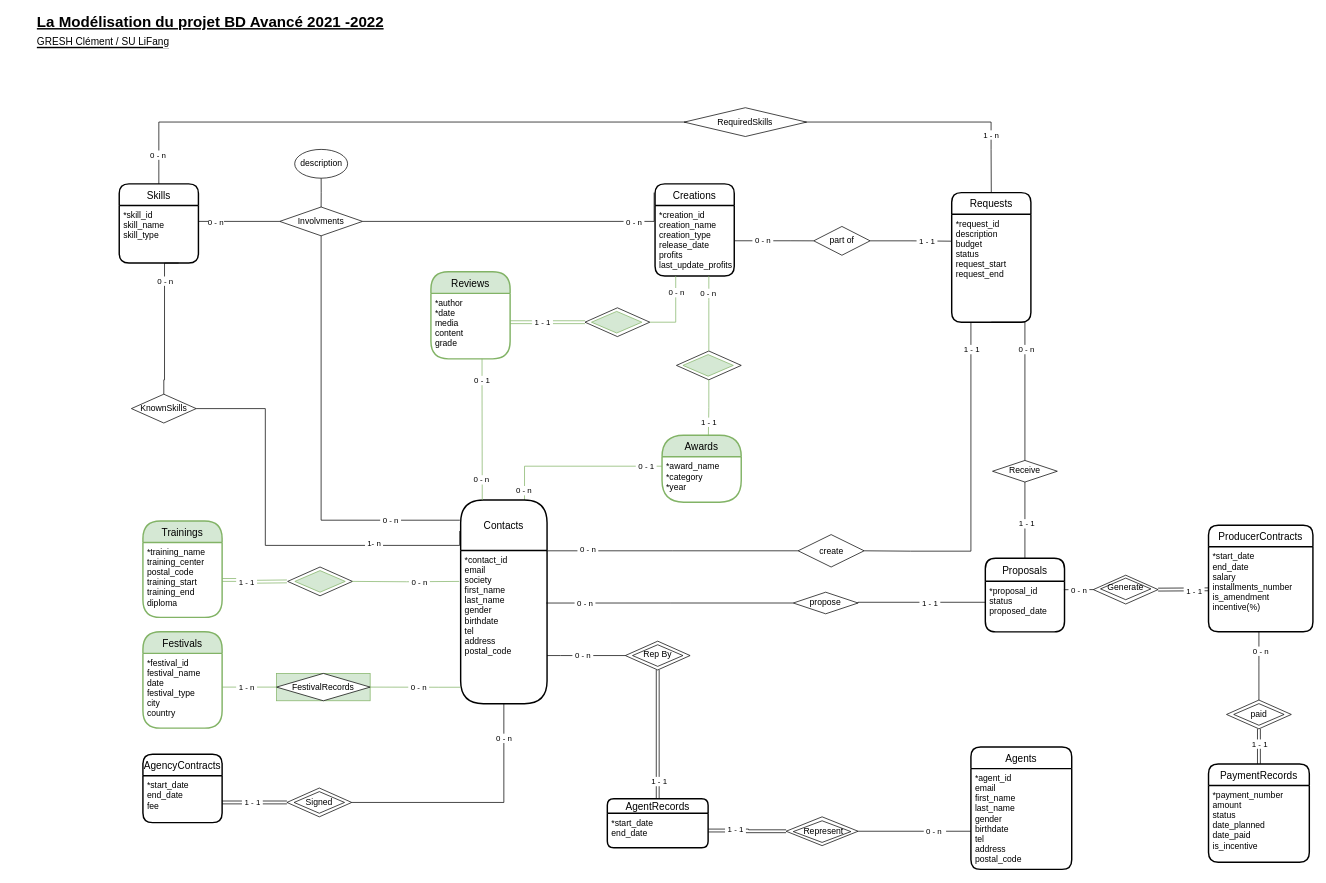
The draw.io diagram Modelisation/modelisation-ER.drawio in clement-gresh/M1-BDD_agence_artistique, before the edit. Source tidied: cells renumbered, new cells numbered last; positions are measured from the earlier drawing's top-left corner, leaving out a move shared by most shapes. Both pictures are drawn from the tidied source at 72%, with x=0, y=0 at pixel (12, 19).
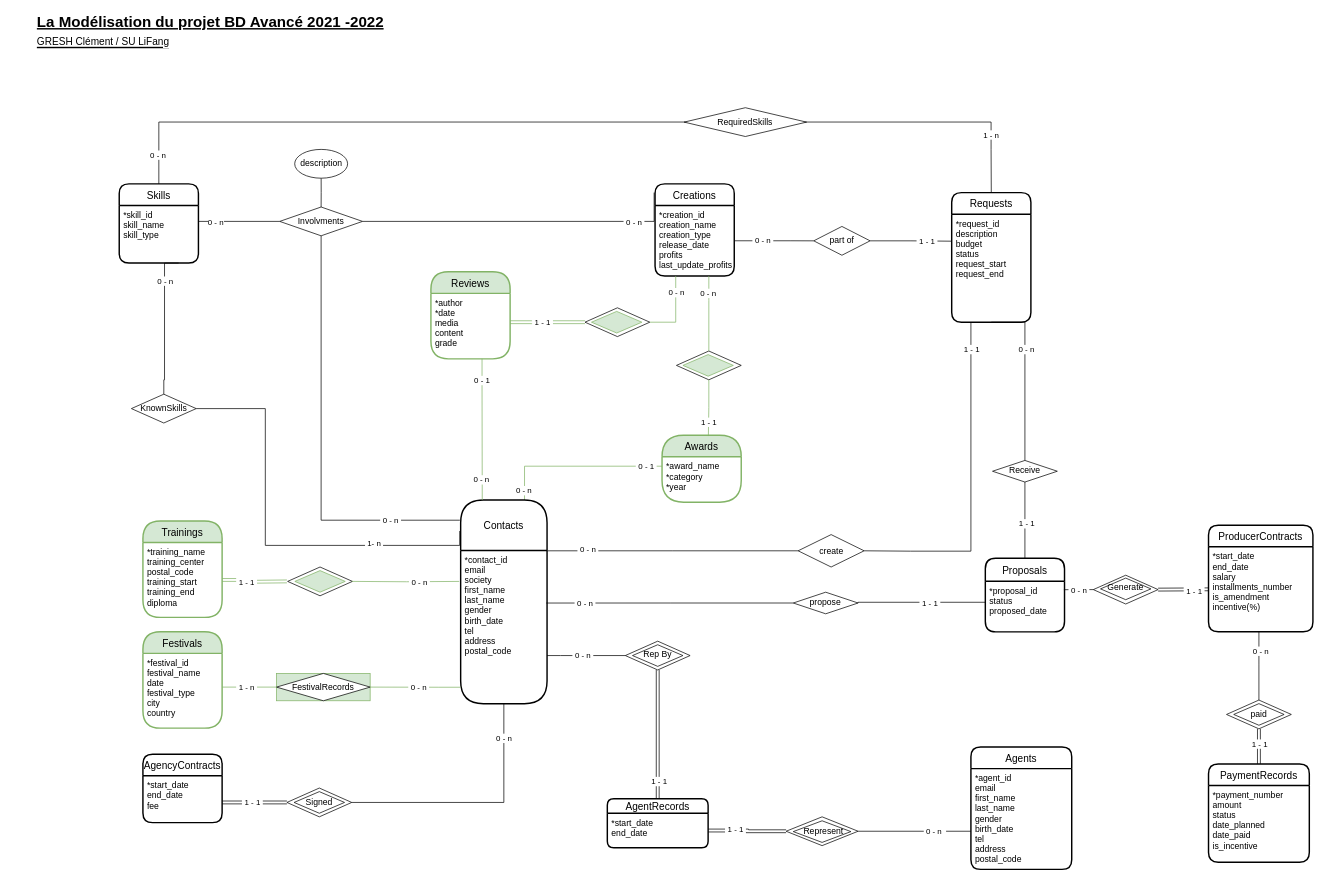
Above is the later version.

The change refers to these unchanged cells:
```xml
<mxCell id="6" value="Contacts" style="swimlane;horizontal=1;startSize=70;rounded=1;fontSize=14;fontStyle=0;strokeWidth=2;shadow=0;dashed=0;align=center;" parent="1" vertex="1">
  <mxGeometry x="622.3" y="667" width="120" height="283" as="geometry" />
</mxCell>
<mxCell id="8" value="Agents" style="swimlane;horizontal=1;startSize=30;rounded=1;fontSize=14;fontStyle=0;strokeWidth=2;shadow=0;dashed=0;align=center;" parent="1" vertex="1">
  <mxGeometry x="1331" y="1010" width="140" height="170" as="geometry" />
</mxCell>
```

What changed in the source:
```diff
@@
-    <mxCell id="7" value="*contact_id&#10;email&#10;society&#10;first_name&#10;last_name&#10;gender&#10;birthdate&#10;tel&#10;address&#10;postal_code&#10;&#10;" style="align=left;strokeColor=none;fillColor=none;spacingLeft=4;fontSize=12;verticalAlign=top;" parent="6" vertex="1">
+    <mxCell id="7" value="*contact_id&#10;email&#10;society&#10;first_name&#10;last_name&#10;gender&#10;birth_date&#10;tel&#10;address&#10;postal_code&#10;&#10;" style="align=left;strokeColor=none;fillColor=none;spacingLeft=4;fontSize=12;verticalAlign=top;" parent="6" vertex="1">
       <mxGeometry y="70" width="120" height="213" as="geometry" />
     </mxCell>
@@
-    <mxCell id="9" value="*agent_id&#10;email&#10;first_name&#10;last_name&#10;gender&#10;birthdate&#10;tel&#10;address&#10;postal_code" style="align=left;strokeColor=none;fillColor=none;spacingLeft=4;fontSize=12;verticalAlign=top;" parent="8" vertex="1">
+    <mxCell id="9" value="*agent_id&#10;email&#10;first_name&#10;last_name&#10;gender&#10;birth_date&#10;tel&#10;address&#10;postal_code" style="align=left;strokeColor=none;fillColor=none;spacingLeft=4;fontSize=12;verticalAlign=top;" parent="8" vertex="1">
       <mxGeometry y="30" width="140" height="140" as="geometry" />
     </mxCell>
```
